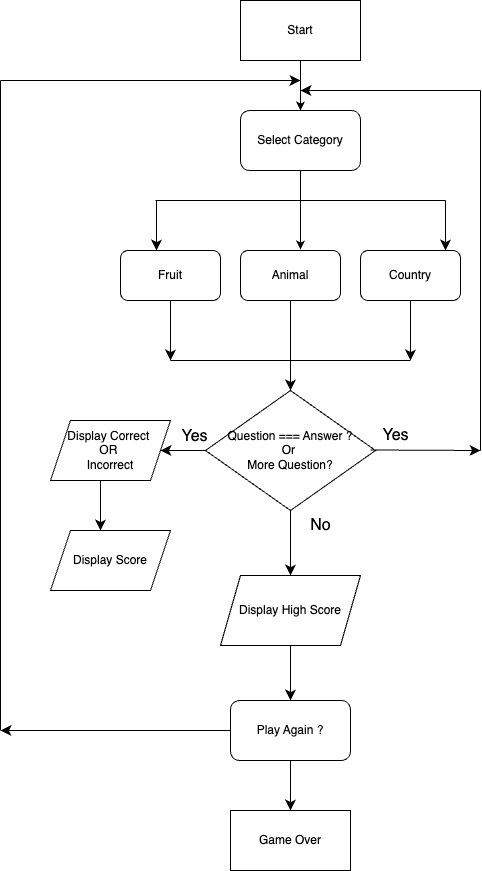
Above: photo/flowchart.png in waiwaiphyowp/Quiz-Game (draw.io), before the change. Source tidied: cells renumbered, new cells last; positions are measured from the earlier drawing's top-left corner, leaving out a move shared by most shapes.
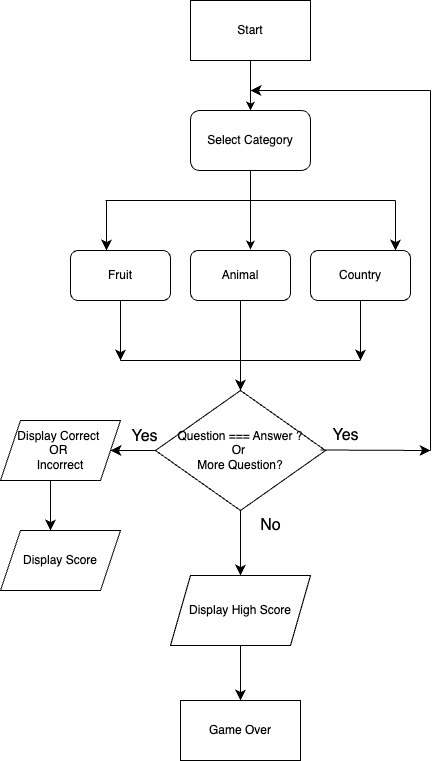
The same file after the commit.

Diff of the diagram source:
```diff
@@ -74,7 +74,7 @@
       </mxGeometry>
     </mxCell>
     <mxCell id="19" value="Game Over" style="rounded=0;whiteSpace=wrap;html=1;" parent="1" vertex="1">
-      <mxGeometry x="230" y="810" width="120" height="60" as="geometry" />
+      <mxGeometry x="230" y="700" width="120" height="60" as="geometry" />
     </mxCell>
     <mxCell id="20" style="edgeStyle=none;curved=1;rounded=0;orthogonalLoop=1;jettySize=auto;html=1;fontSize=12;startSize=8;endSize=8;" parent="1" edge="1">
       <mxGeometry relative="1" as="geometry">
@@ -88,23 +88,12 @@
         <mxPoint x="480" y="450" as="targetPoint" />
       </mxGeometry>
     </mxCell>
-    <mxCell id="22" style="edgeStyle=none;curved=1;rounded=0;jettySize=auto;html=1;fontSize=12;startSize=8;endSize=8;" parent="1" edge="1" source="23" target="26">
-      <mxGeometry relative="1" as="geometry" />
-    </mxCell>
+    <mxCell id="36" style="edgeStyle=none;curved=1;rounded=0;jettySize=auto;html=1;fontSize=12;startSize=8;endSize=8;" parent="1" edge="1" source="23" target="19">
+      <mxGeometry relative="1" as="geometry" />
+    </mxCell>
     <mxCell id="23" value="Display High Score" style="shape=parallelogram;perimeter=parallelogramPerimeter;whiteSpace=wrap;html=1;fixedSize=1;" parent="1" vertex="1">
       <mxGeometry x="220" y="575" width="140" height="70" as="geometry" />
     </mxCell>
-    <mxCell id="24" style="edgeStyle=none;curved=1;rounded=0;jettySize=auto;html=1;fontSize=12;startSize=8;endSize=8;" parent="1" edge="1" source="26" target="19">
-      <mxGeometry relative="1" as="geometry" />
-    </mxCell>
-    <mxCell id="25" style="edgeStyle=none;curved=1;rounded=0;jettySize=auto;html=1;fontSize=12;startSize=8;endSize=8;" parent="1" edge="1" source="26">
-      <mxGeometry relative="1" as="geometry">
-        <mxPoint y="730" as="targetPoint" />
-      </mxGeometry>
-    </mxCell>
-    <mxCell id="26" value="Play Again ?" style="rounded=1;whiteSpace=wrap;html=1;" parent="1" vertex="1">
-      <mxGeometry x="230" y="700" width="120" height="60" as="geometry" />
-    </mxCell>
     <mxCell id="27" value="Display Correct&amp;nbsp;&lt;div&gt;OR&amp;nbsp;&lt;/div&gt;&lt;div&gt;Incorrect&lt;/div&gt;" style="shape=parallelogram;perimeter=parallelogramPerimeter;whiteSpace=wrap;html=1;fixedSize=1;" parent="1" vertex="1">
       <mxGeometry x="50" y="420" width="120" height="60" as="geometry" />
     </mxCell>
@@ -132,17 +121,5 @@
     <mxCell id="33" value="Yes" style="text;html=1;align=center;verticalAlign=middle;strokeColor=none;fillColor=none;fontSize=16;" parent="1" vertex="1">
       <mxGeometry x="169" y="421" width="50" height="30" as="geometry" />
     </mxCell>
-    <mxCell id="34" style="endArrow=none;html=1;rounded=0;fontSize=12;startSize=8;endSize=8;curved=1;" parent="1" edge="1">
-      <mxGeometry relative="1" as="geometry">
-        <mxPoint y="730" as="sourcePoint" />
-        <mxPoint y="80" as="targetPoint" />
-      </mxGeometry>
-    </mxCell>
-    <mxCell id="35" style="endArrow=classic;html=1;rounded=0;fontSize=12;startSize=8;endSize=8;curved=1;" parent="1" edge="1">
-      <mxGeometry relative="1" as="geometry">
-        <mxPoint y="80" as="sourcePoint" />
-        <mxPoint x="300" y="80" as="targetPoint" />
-      </mxGeometry>
-    </mxCell>
   </root>
 </mxGraphModel>
```
